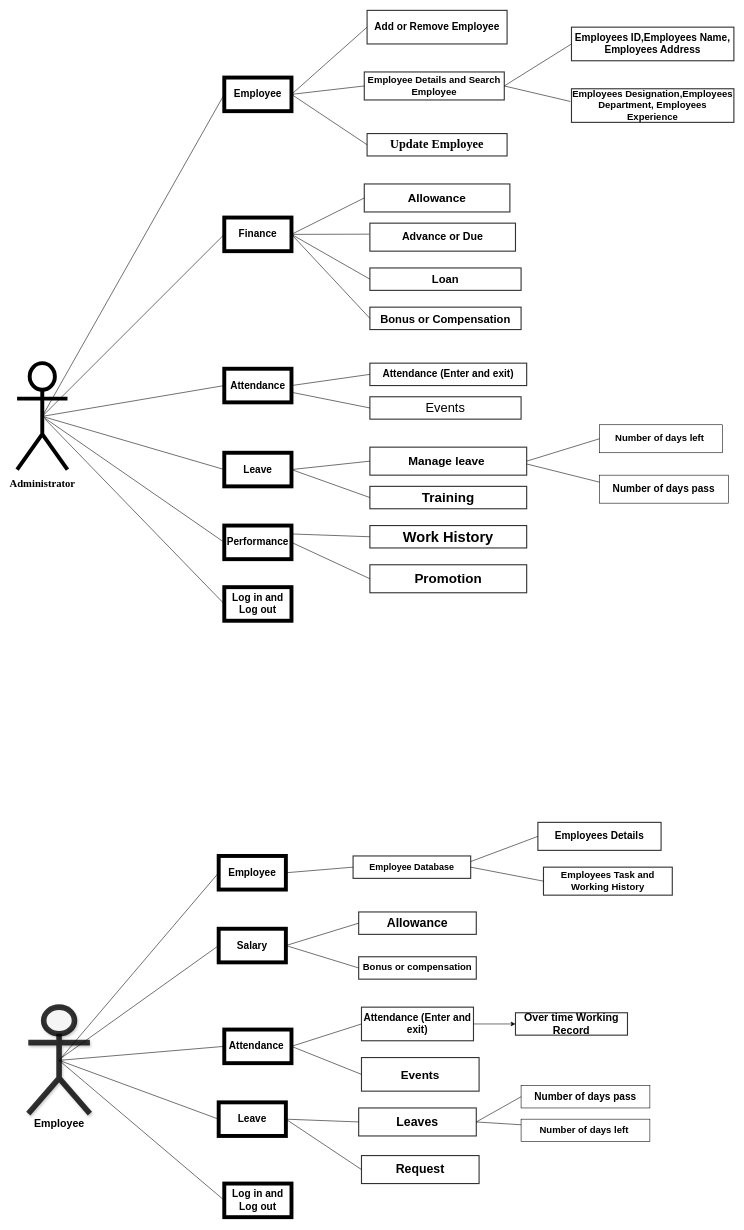
Earlier version of the draw.io diagram css/Untitled Diagram.drawio (SaykatMondal1911/Web-design). Source tidied: cells renumbered, new cells numbered last; positions are measured from the earlier drawing's top-left corner, leaving out a move shared by most shapes. Both pictures are drawn from the tidied source at 56%, with x=0, y=0 at pixel (17, 10).
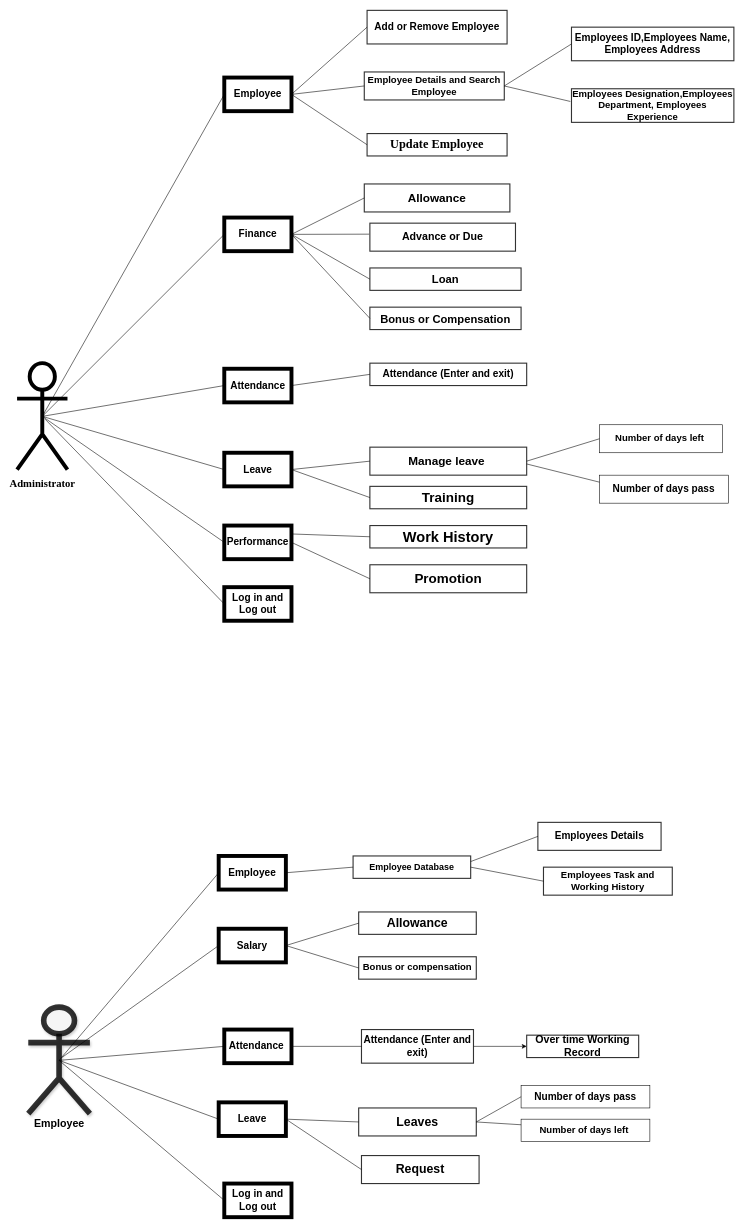
The same page after the edit.

Commit message:
USE case-EMS

Unchanged cells that the change refers to:
```xml
<mxCell id="5" value="&lt;h2&gt;Attendance&lt;/h2&gt;" style="rounded=0;whiteSpace=wrap;html=1;strokeWidth=7;" parent="1" vertex="1">
  <mxGeometry x="370" y="640" width="120" height="60" as="geometry" />
</mxCell>
<mxCell id="29" value="&lt;h2&gt;Attendance&amp;nbsp;&lt;/h2&gt;" style="rounded=0;whiteSpace=wrap;html=1;strokeWidth=7;" parent="1" vertex="1">
  <mxGeometry x="370" y="1820" width="120" height="60" as="geometry" />
</mxCell>
```

Diff of the diagram source:
```diff
@@
-    <mxCell id="21" value="&lt;font style=&quot;font-size: 23px&quot;&gt;Events&lt;/font&gt;" style="rounded=0;whiteSpace=wrap;html=1;strokeWidth=2;fontSize=13;opacity=80;" parent="1" vertex="1">
-      <mxGeometry x="630" y="690" width="270" height="40" as="geometry" />
-    </mxCell>
@@
     <mxCell id="34" value="&lt;b&gt;&lt;font style=&quot;font-size: 18px&quot;&gt;Attendance (Enter and exit)&lt;/font&gt;&lt;/b&gt;" style="rounded=0;whiteSpace=wrap;html=1;strokeWidth=2;fontSize=13;opacity=80;" parent="1" vertex="1">
-      <mxGeometry x="615" y="1780" width="200" height="60" as="geometry" />
+      <mxGeometry x="615" y="1820" width="200" height="60" as="geometry" />
     </mxCell>
-    <mxCell id="35" value="&lt;b&gt;&lt;font style=&quot;font-size: 21px&quot;&gt;Events&lt;/font&gt;&lt;/b&gt;" style="rounded=0;whiteSpace=wrap;html=1;strokeWidth=2;fontSize=13;opacity=80;" parent="1" vertex="1">
-      <mxGeometry x="615" y="1870" width="210" height="60" as="geometry" />
-    </mxCell>
@@
-    <mxCell id="46" style="endArrow=none;html=1;fontSize=13;entryX=0;entryY=0.5;entryDx=0;entryDy=0;" parent="1" edge="1" source="5" target="21">
-      <mxGeometry relative="1" as="geometry" />
-    </mxCell>
@@
-    <mxCell id="54" style="endArrow=none;html=1;fontSize=13;exitX=1;exitY=0.5;exitDx=0;exitDy=0;entryX=0;entryY=0.5;entryDx=0;entryDy=0;" parent="1" edge="1" source="29" target="35">
-      <mxGeometry relative="1" as="geometry" />
-    </mxCell>
@@
     <mxCell id="61" value="&lt;b&gt;&lt;font style=&quot;font-size: 19px&quot;&gt;Over time Working Record&lt;/font&gt;&lt;/b&gt;" style="rounded=0;whiteSpace=wrap;html=1;strokeWidth=2;fontSize=13;opacity=80;" parent="1" vertex="1">
-      <mxGeometry x="890" y="1790" width="200" height="40" as="geometry" />
+      <mxGeometry x="910" y="1830" width="200" height="40" as="geometry" />
     </mxCell>
```
